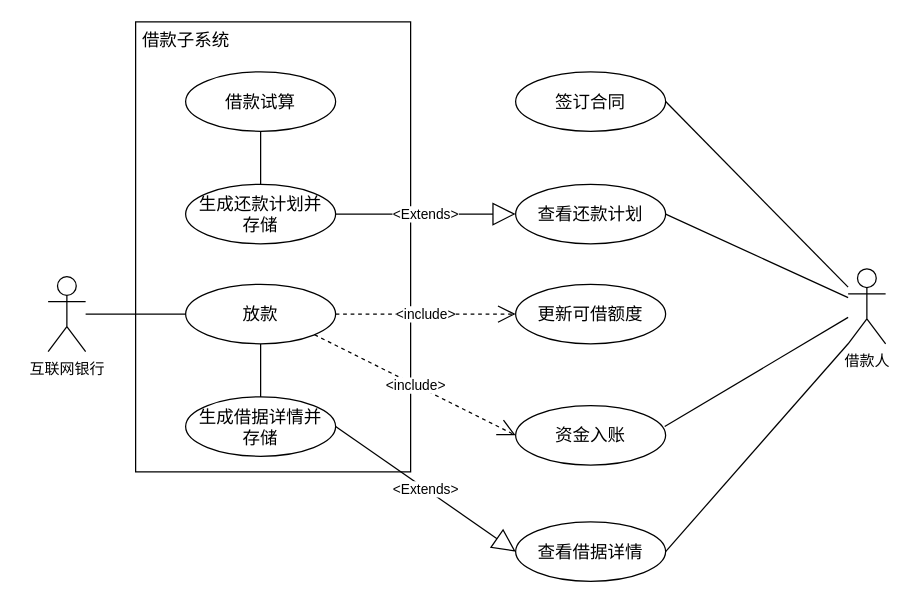
Before: 放款用例图.drawio in wuxiao-web/graduationThesis, a draw.io diagram. Source tidied: cells renumbered, new cells numbered last; positions are measured from the earlier drawing's top-left corner, leaving out a move shared by most shapes. Both pictures are drawn from the tidied source at 125%, with x=0, y=0 at pixel (48, 21).
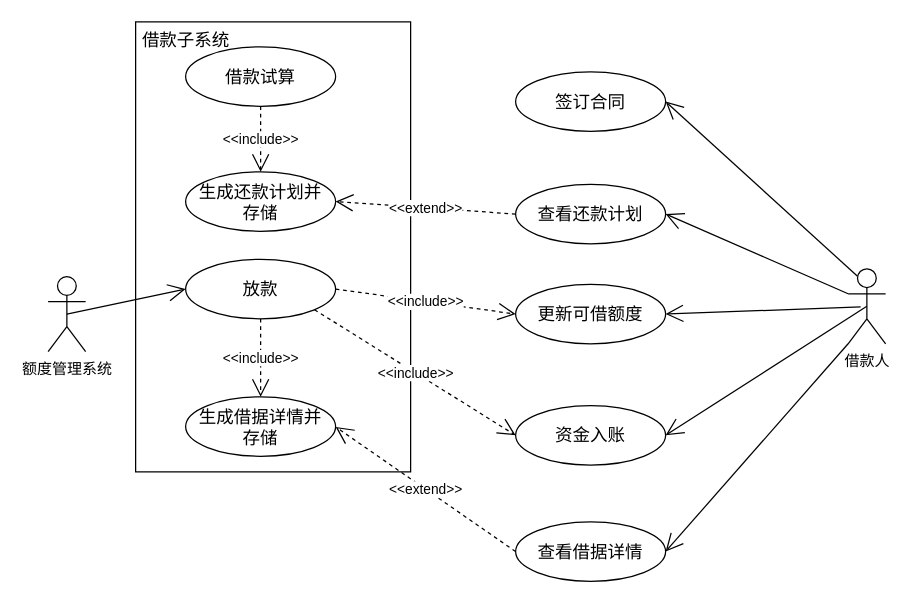
The same diagram, later.

Commit message:
更新放款用例图.drawio

The change refers to these unchanged cells:
```xml
<mxCell id="7" value="&lt;span style=&quot;font-size: 14px;&quot;&gt;生成借据详情并&lt;br&gt;存储&lt;/span&gt;" style="ellipse;whiteSpace=wrap;html=1;" parent="1" vertex="1">
  <mxGeometry x="110" y="300" width="120" height="47.5" as="geometry" />
</mxCell>
<mxCell id="10" value="&lt;span style=&quot;font-size: 14px;&quot;&gt;查看还款计划&lt;/span&gt;" style="ellipse;whiteSpace=wrap;html=1;" parent="1" vertex="1">
  <mxGeometry x="374" y="130" width="120" height="47.5" as="geometry" />
</mxCell>
<mxCell id="15" value="借款人" style="shape=umlActor;verticalLabelPosition=bottom;verticalAlign=top;html=1;" parent="1" vertex="1">
  <mxGeometry x="640" y="197.5" width="30" height="60" as="geometry" />
</mxCell>
<mxCell id="18" value="&lt;span style=&quot;font-size: 14px;&quot;&gt;查看借据详情&lt;/span&gt;" style="ellipse;whiteSpace=wrap;html=1;" parent="1" vertex="1">
  <mxGeometry x="374" y="400" width="120" height="47.5" as="geometry" />
</mxCell>
<mxCell id="20" value="&lt;span style=&quot;font-size: 14px;&quot;&gt;更新可借额度&lt;/span&gt;" style="ellipse;whiteSpace=wrap;html=1;" parent="1" vertex="1">
  <mxGeometry x="374" y="210" width="120" height="47.5" as="geometry" />
</mxCell>
<mxCell id="23" value="&lt;span style=&quot;font-size: 14px;&quot;&gt;资金入账&lt;/span&gt;" style="ellipse;whiteSpace=wrap;html=1;" parent="1" vertex="1">
  <mxGeometry x="374" y="307" width="120" height="47.5" as="geometry" />
</mxCell>
<mxCell id="25" value="&lt;span style=&quot;font-size: 14px;&quot;&gt;签订合同&lt;/span&gt;" style="ellipse;whiteSpace=wrap;html=1;" parent="1" vertex="1">
  <mxGeometry x="374" y="40" width="120" height="47.5" as="geometry" />
</mxCell>
```

The edit, as a diff of the source:
```diff
@@
-    <mxCell id="4" style="edgeStyle=orthogonalEdgeStyle;rounded=0;jettySize=auto;html=1;entryX=0.5;entryY=0;entryDx=0;entryDy=0;endArrow=none;endFill=0;" parent="1" edge="1" source="5" target="6">
-      <mxGeometry relative="1" as="geometry" />
-    </mxCell>
     <mxCell id="5" value="&lt;span style=&quot;font-size: 14px;&quot;&gt;借款试算&lt;/span&gt;" style="ellipse;whiteSpace=wrap;html=1;" parent="1" vertex="1">
-      <mxGeometry x="110" y="40" width="120" height="47.5" as="geometry" />
+      <mxGeometry x="110" y="20" width="120" height="47.5" as="geometry" />
     </mxCell>
     <mxCell id="6" value="&lt;span style=&quot;font-size: 14px;&quot;&gt;生成还款计划并&lt;br&gt;存储&lt;/span&gt;" style="ellipse;whiteSpace=wrap;html=1;" parent="1" vertex="1">
-      <mxGeometry x="110" y="130" width="120" height="47.5" as="geometry" />
+      <mxGeometry x="110" y="120" width="120" height="47.5" as="geometry" />
     </mxCell>
@@
-    <mxCell id="8" style="edgeStyle=orthogonalEdgeStyle;rounded=0;jettySize=auto;html=1;endArrow=none;endFill=0;" parent="1" edge="1" source="9" target="7">
-      <mxGeometry relative="1" as="geometry" />
-    </mxCell>
     <mxCell id="9" value="&lt;span style=&quot;font-size: 14px;&quot;&gt;放款&lt;/span&gt;" style="ellipse;whiteSpace=wrap;html=1;" parent="1" vertex="1">
-      <mxGeometry x="110" y="210" width="120" height="47.5" as="geometry" />
+      <mxGeometry x="110" y="190" width="120" height="47.5" as="geometry" />
     </mxCell>
@@
-    <mxCell id="11" style="rounded=0;jettySize=auto;html=1;entryX=1;entryY=0.5;entryDx=0;entryDy=0;endArrow=none;endFill=0;" parent="1" edge="1" source="15" target="10">
-      <mxGeometry relative="1" as="geometry" />
-    </mxCell>
-    <mxCell id="12" style="rounded=0;jettySize=auto;html=1;entryX=1;entryY=0.5;entryDx=0;entryDy=0;exitX=0;exitY=1;exitDx=0;exitDy=0;exitPerimeter=0;endArrow=none;endFill=0;" parent="1" edge="1" source="15" target="18">
-      <mxGeometry relative="1" as="geometry" />
-    </mxCell>
-    <mxCell id="13" style="rounded=0;jettySize=auto;html=1;entryX=0.994;entryY=0.351;entryDx=0;entryDy=0;entryPerimeter=0;endArrow=none;endFill=0;" parent="1" edge="1" source="15" target="23">
-      <mxGeometry relative="1" as="geometry" />
-    </mxCell>
-    <mxCell id="14" style="rounded=0;jettySize=auto;html=1;entryX=1;entryY=0.5;entryDx=0;entryDy=0;endArrow=none;endFill=0;" parent="1" edge="1" source="15" target="25">
-      <mxGeometry relative="1" as="geometry" />
-    </mxCell>
@@
-    <mxCell id="16" value="&amp;lt;Extends&amp;gt;" style="endArrow=block;endSize=16;endFill=0;html=1;rounded=0;exitX=1;exitY=0.5;exitDx=0;exitDy=0;entryX=0;entryY=0.5;entryDx=0;entryDy=0;" parent="1" edge="1" source="6" target="10">
-      <mxGeometry relative="1" as="geometry" />
-    </mxCell>
-    <mxCell id="17" value="&amp;lt;Extends&amp;gt;" style="endArrow=block;endSize=16;endFill=0;html=1;rounded=0;exitX=1;exitY=0.5;exitDx=0;exitDy=0;entryX=0;entryY=0.5;entryDx=0;entryDy=0;" parent="1" edge="1" source="7" target="18">
-      <mxGeometry relative="1" as="geometry" />
-    </mxCell>
@@
-    <mxCell id="19" value="&amp;lt;include&amp;gt;" style="endArrow=open;endSize=12;dashed=1;html=1;rounded=0;exitX=1;exitY=0.5;exitDx=0;exitDy=0;entryX=0;entryY=0.5;entryDx=0;entryDy=0;" parent="1" edge="1" source="9" target="20">
+    <mxCell id="19" value="&amp;lt;&amp;lt;include&amp;gt;&amp;gt;" style="endArrow=open;endSize=12;dashed=1;html=1;rounded=0;exitX=1;exitY=0.5;exitDx=0;exitDy=0;entryX=0;entryY=0.5;entryDx=0;entryDy=0;" parent="1" edge="1" source="9" target="20">
       <mxGeometry relative="1" as="geometry" />
     </mxCell>
@@
-    <mxCell id="21" style="edgeStyle=orthogonalEdgeStyle;rounded=0;jettySize=auto;html=1;endArrow=none;endFill=0;" parent="1" edge="1" source="22" target="9">
-      <mxGeometry relative="1" as="geometry" />
-    </mxCell>
-    <mxCell id="22" value="互联网银行" style="shape=umlActor;verticalLabelPosition=bottom;verticalAlign=top;html=1;" parent="1" vertex="1">
+    <mxCell id="22" value="额度管理系统" style="shape=umlActor;verticalLabelPosition=bottom;verticalAlign=top;html=1;" parent="1" vertex="1">
       <mxGeometry y="203.8" width="30" height="60" as="geometry" />
     </mxCell>
@@
-    <mxCell id="24" value="&amp;lt;include&amp;gt;" style="endArrow=open;endSize=12;dashed=1;html=1;rounded=0;exitX=1;exitY=1;exitDx=0;exitDy=0;entryX=0;entryY=0.5;entryDx=0;entryDy=0;" parent="1" edge="1" source="9" target="23">
+    <mxCell id="24" value="&amp;lt;&amp;lt;include&amp;gt;&amp;gt;" style="endArrow=open;endSize=12;dashed=1;html=1;rounded=0;exitX=1;exitY=1;exitDx=0;exitDy=0;entryX=0;entryY=0.5;entryDx=0;entryDy=0;" parent="1" edge="1" source="9" target="23">
       <mxGeometry relative="1" as="geometry" />
     </mxCell>
@@
+    <mxCell id="14" style="endArrow=open;endSize=12;html=1;rounded=0;exitX=0.25;exitY=0.1;exitDx=0;exitDy=0;exitPerimeter=0;entryX=1;entryY=0.5;entryDx=0;entryDy=0;" parent="1" edge="1" source="15" target="25">
+      <mxGeometry relative="1" as="geometry" />
+    </mxCell>
+    <mxCell id="11" style="endArrow=open;endSize=12;html=1;rounded=0;exitX=0;exitY=0.3333333333333333;exitDx=0;exitDy=0;exitPerimeter=0;entryX=1;entryY=0.5;entryDx=0;entryDy=0;" parent="1" edge="1" source="15" target="10">
+      <mxGeometry relative="1" as="geometry" />
+    </mxCell>
+    <mxCell id="26" style="endArrow=open;endSize=12;html=1;rounded=0;exitX=0;exitY=0.3333333333333333;exitDx=0;exitDy=0;exitPerimeter=0;entryX=1;entryY=0.5;entryDx=0;entryDy=0;" parent="1" edge="1" target="20">
+      <mxGeometry relative="1" as="geometry">
+        <mxPoint x="650" y="228" as="sourcePoint" />
+      </mxGeometry>
+    </mxCell>
+    <mxCell id="13" style="endArrow=open;endSize=12;html=1;rounded=0;entryX=1;entryY=0.5;entryDx=0;entryDy=0;exitX=0.5;exitY=0.5;exitDx=0;exitDy=0;exitPerimeter=0;" parent="1" edge="1" source="15" target="23">
+      <mxGeometry relative="1" as="geometry" />
+    </mxCell>
+    <mxCell id="12" style="endArrow=open;endSize=12;html=1;rounded=0;entryX=1;entryY=0.5;entryDx=0;entryDy=0;exitX=0;exitY=1;exitDx=0;exitDy=0;exitPerimeter=0;" parent="1" edge="1" source="15" target="18">
+      <mxGeometry relative="1" as="geometry" />
+    </mxCell>
+    <mxCell id="21" style="endArrow=open;endSize=12;html=1;rounded=0;exitX=0.5;exitY=0.5;exitDx=0;exitDy=0;exitPerimeter=0;entryX=0;entryY=0.5;entryDx=0;entryDy=0;" parent="1" edge="1" source="22" target="9">
+      <mxGeometry relative="1" as="geometry" />
+    </mxCell>
+    <mxCell id="4" value="&amp;lt;&amp;lt;include&amp;gt;&amp;gt;" style="endArrow=open;endSize=12;dashed=1;html=1;rounded=0;exitX=0.5;exitY=1;exitDx=0;exitDy=0;" parent="1" edge="1" source="5" target="6">
+      <mxGeometry relative="1" as="geometry" />
+    </mxCell>
+    <mxCell id="27" value="&amp;lt;&amp;lt;extend&amp;gt;&amp;gt;" style="endArrow=open;endSize=12;dashed=1;html=1;rounded=0;exitX=0;exitY=0.5;exitDx=0;exitDy=0;entryX=1;entryY=0.5;entryDx=0;entryDy=0;" parent="1" edge="1" source="10" target="6">
+      <mxGeometry relative="1" as="geometry" />
+    </mxCell>
+    <mxCell id="28" value="&amp;lt;&amp;lt;extend&amp;gt;&amp;gt;" style="endArrow=open;endSize=12;dashed=1;html=1;rounded=0;exitX=0;exitY=0.5;exitDx=0;exitDy=0;" parent="1" edge="1" source="18">
+      <mxGeometry relative="1" as="geometry">
+        <mxPoint x="230" y="324" as="targetPoint" />
+      </mxGeometry>
+    </mxCell>
+    <mxCell id="8" value="&amp;lt;&amp;lt;include&amp;gt;&amp;gt;" style="endArrow=open;endSize=12;dashed=1;html=1;rounded=0;exitX=0.5;exitY=1;exitDx=0;exitDy=0;entryX=0.5;entryY=0;entryDx=0;entryDy=0;" parent="1" edge="1" source="9" target="7">
+      <mxGeometry relative="1" as="geometry" />
+    </mxCell>
```
